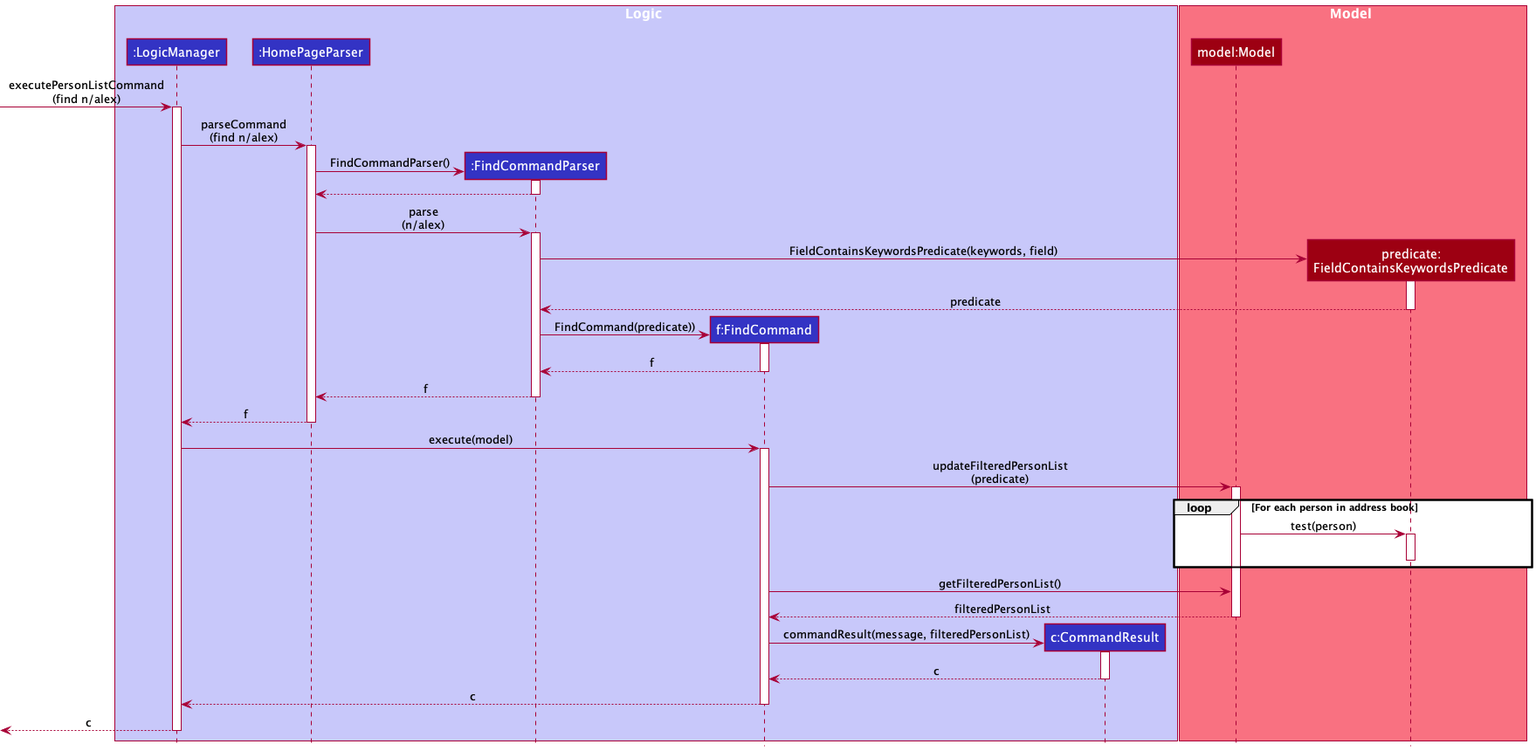
tonishka/tp keeps this PlantUML diagram as docs/images/FindSequenceDiagram.png. Above is the earlier version.
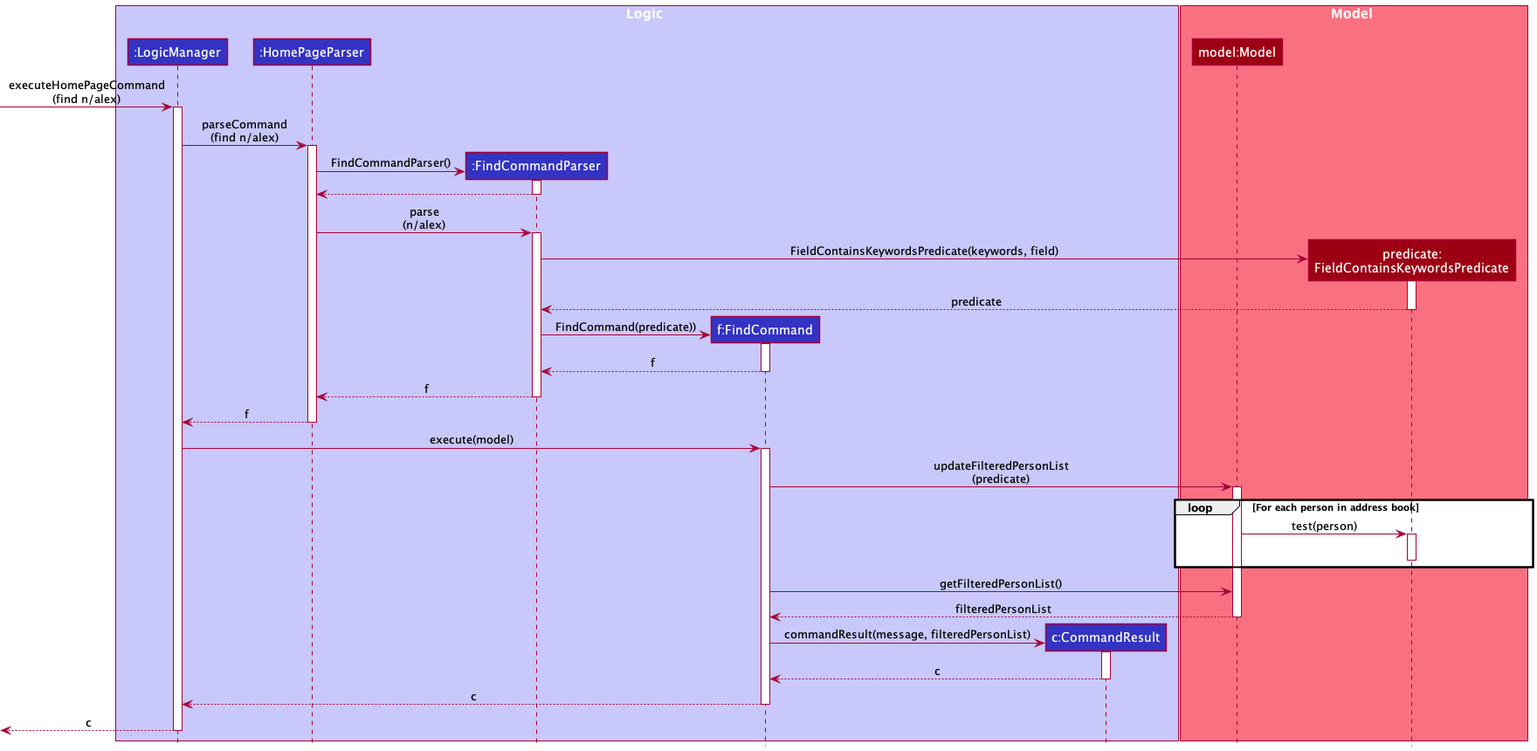
Above is the later version.

Change to the diagram source:
```diff
@@ -14,7 +14,7 @@
 participant "predicate:\nFieldContainsKeywordsPredicate"  as FieldContainsKeywordsPredicate MODEL_COLOR
 end box
 
-[-> LogicManager : executePersonListCommand\n(find n/alex)
+[-> LogicManager : executeHomePageCommand\n(find n/alex)
 activate LogicManager
 
 LogicManager -> HomePageParser : parseCommand\n(find n/alex)
```
